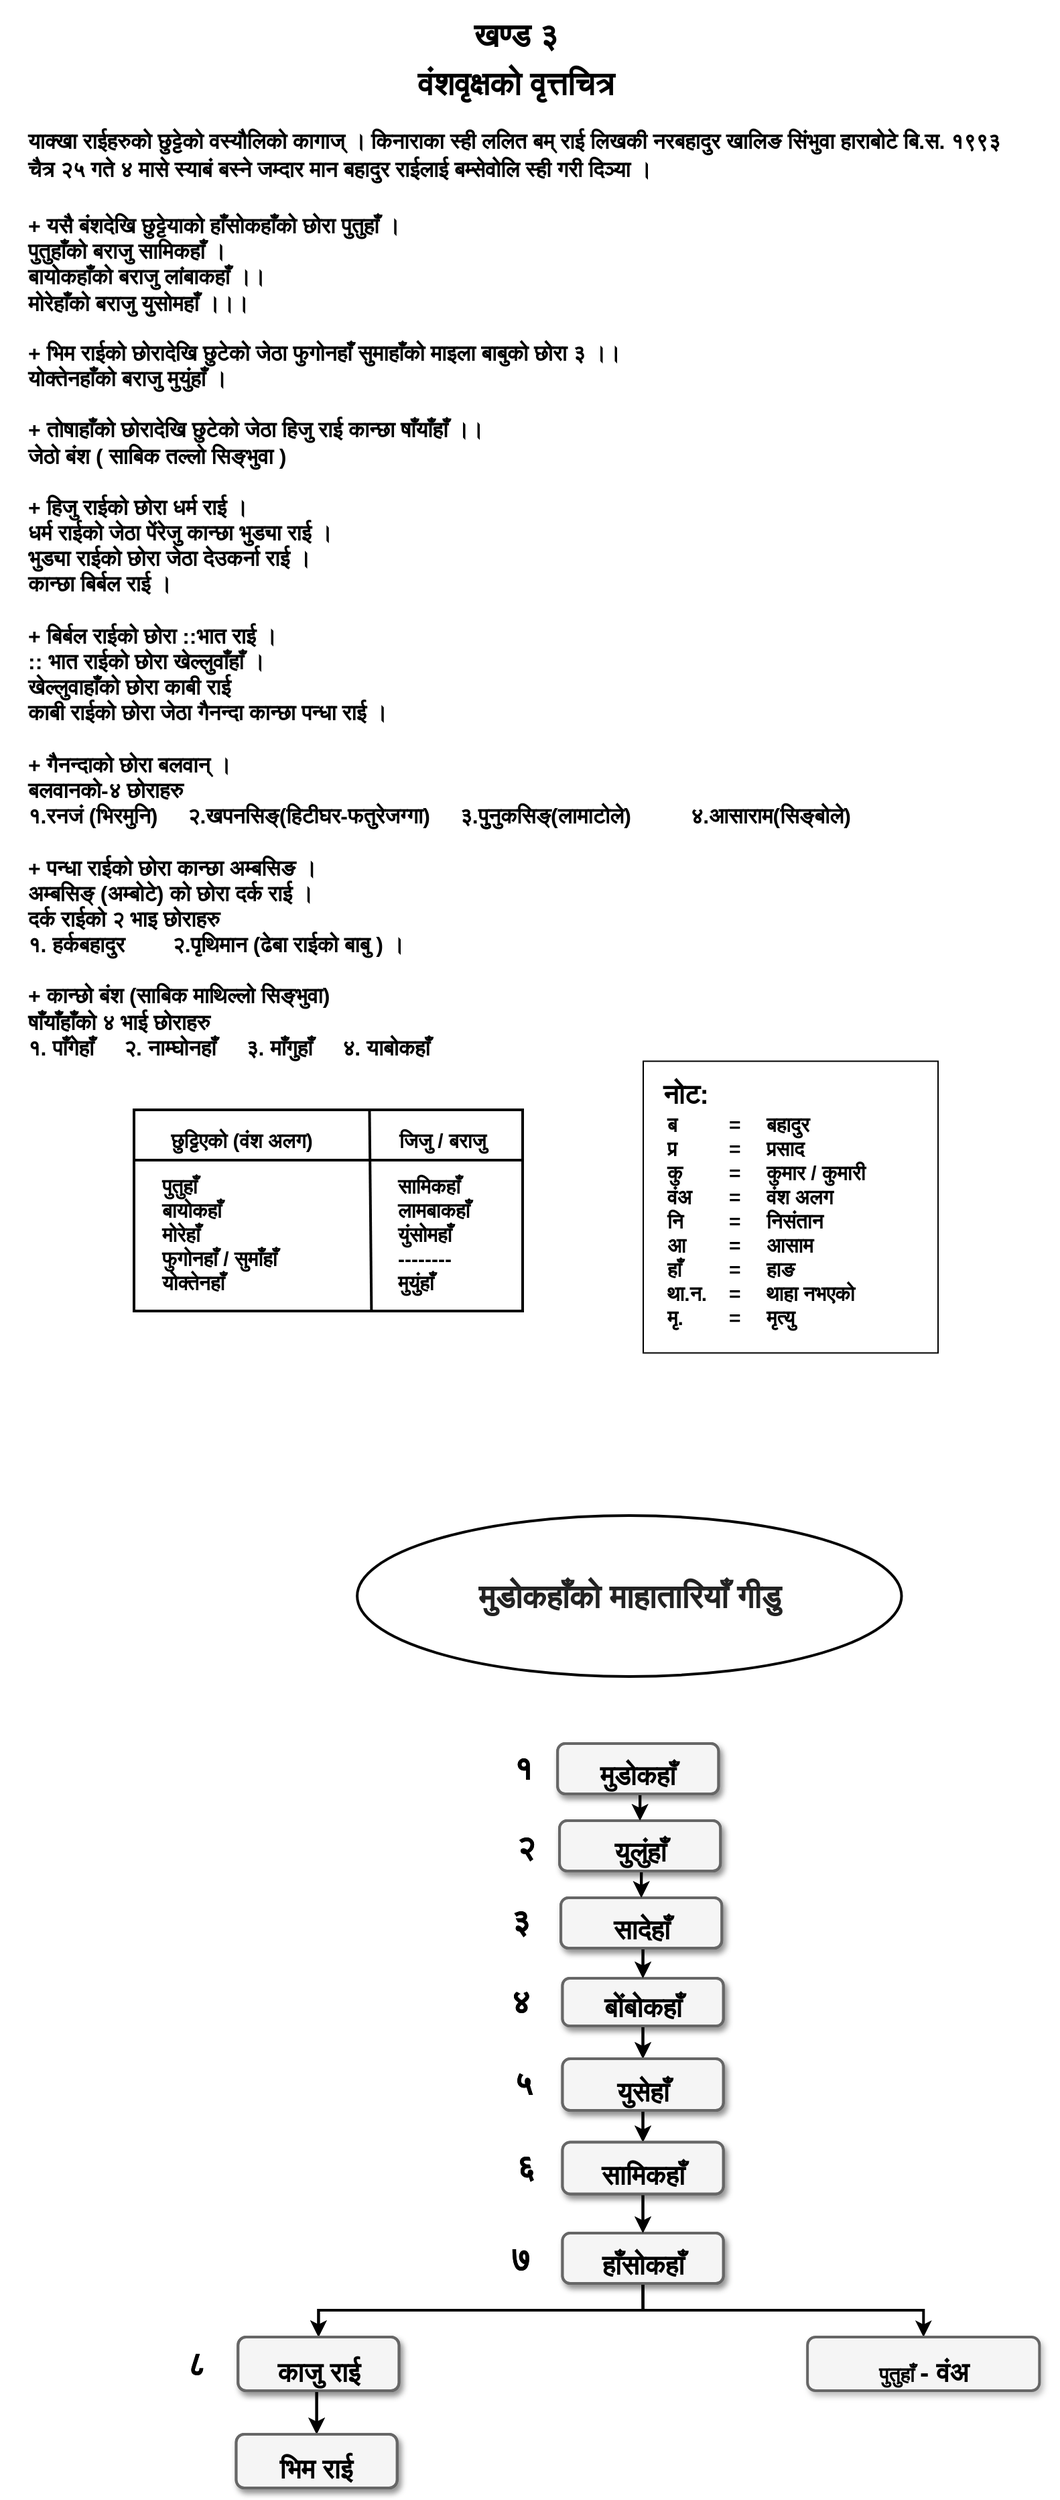
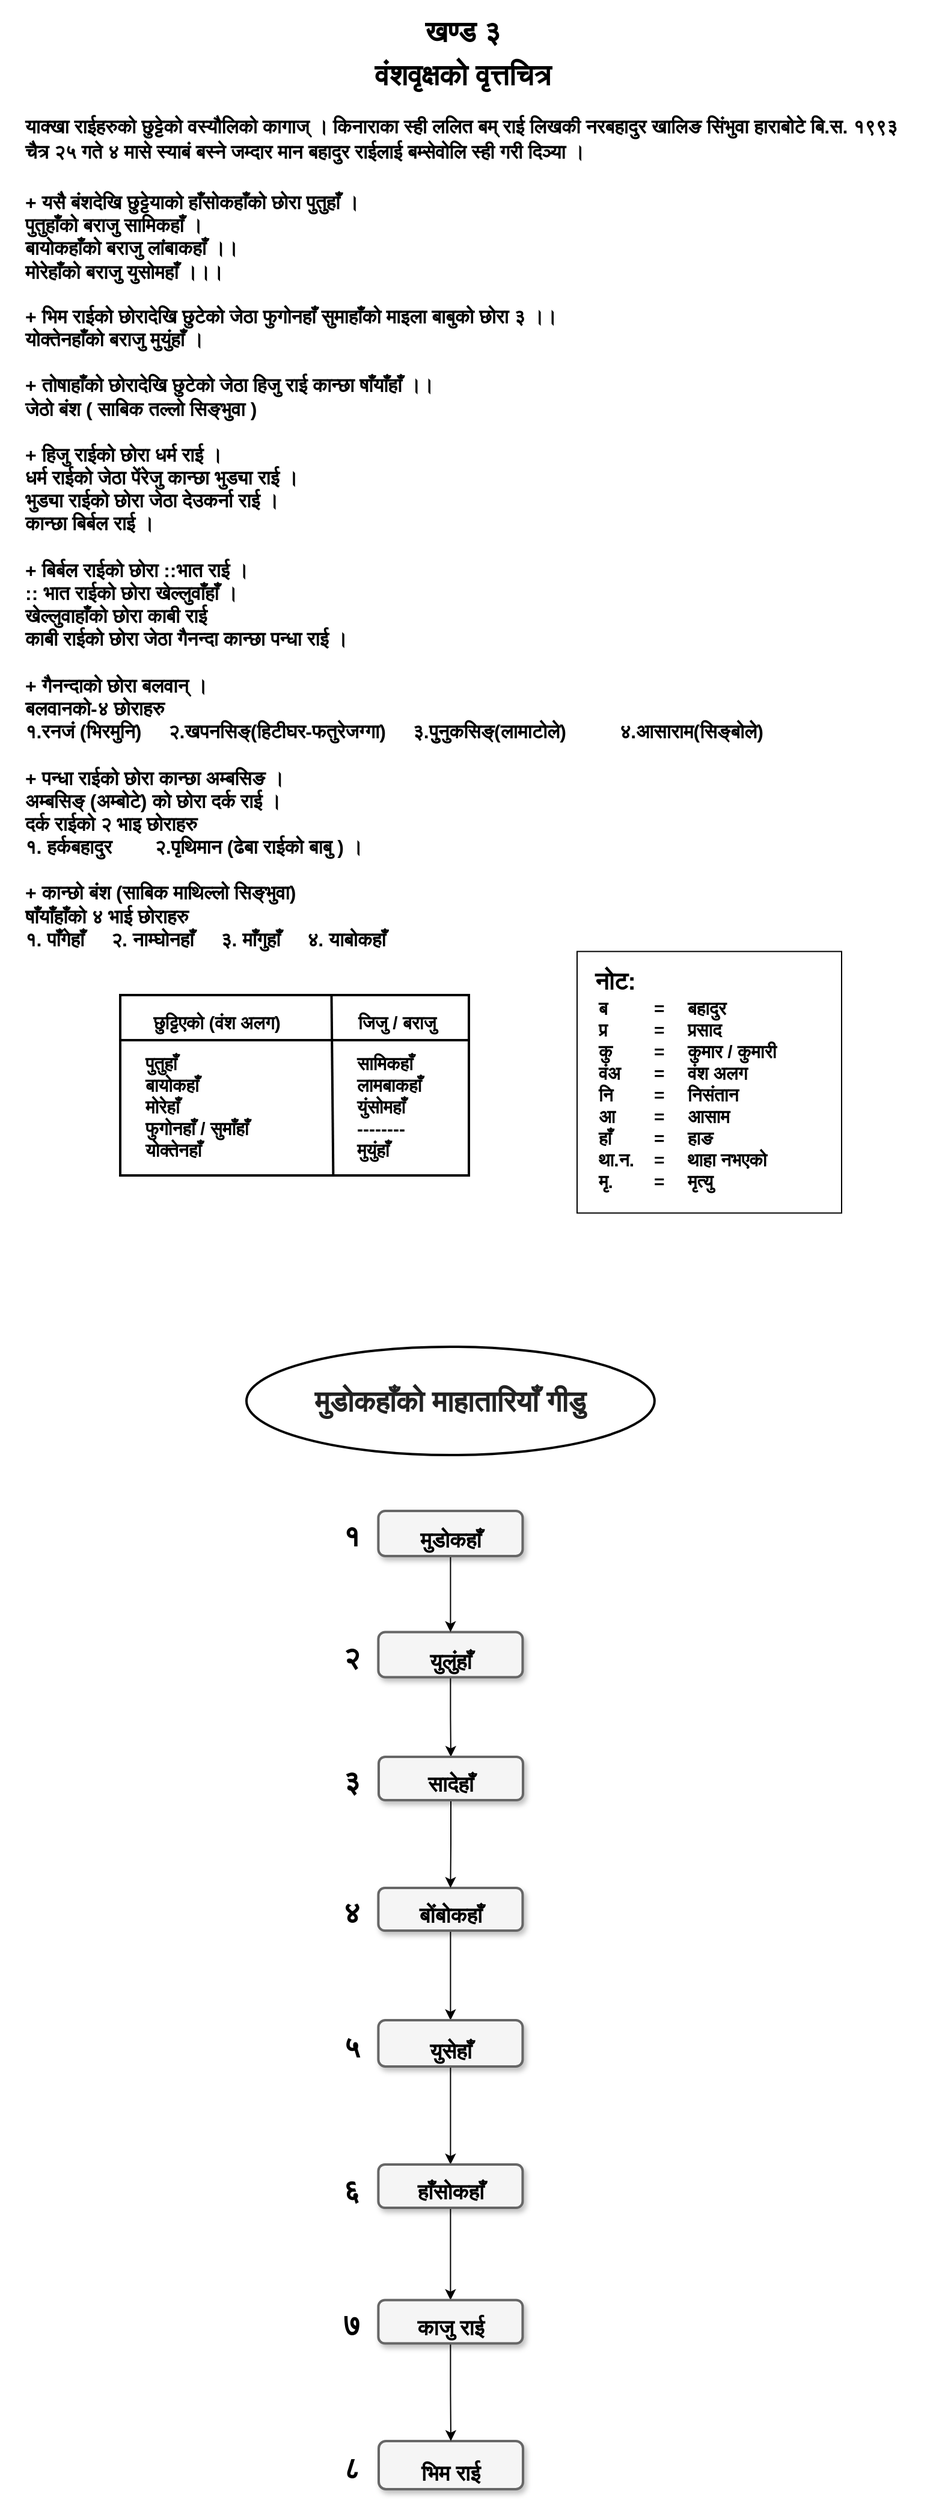
<mxfile host="app.diagrams.net">
  <diagram name="Page-1" id="8f1rnoJ54imUJZ3Wqrcn">
-     <mxGraphModel dx="1576" dy="1032" grid="1" gridSize="10" guides="1" tooltips="1" connect="1" arrows="1" fold="1" page="1" pageScale="1" pageWidth="850" pageHeight="1100" math="0" shadow="0">
+     <mxGraphModel dx="1751" dy="1147" grid="1" gridSize="10" guides="1" tooltips="1" connect="1" arrows="1" fold="1" page="1" pageScale="1" pageWidth="850" pageHeight="1100" math="0" shadow="0">
      <root>
        <mxCell id="0" />
        <mxCell id="1" parent="0" />
        <mxCell id="NBtEsrI96ws6vpRakEqm-1" parent="1" style="rounded=0;whiteSpace=wrap;html=1;" value="" vertex="1">
          <mxGeometry height="217.5" width="220" x="530" y="821.25" as="geometry" />
        </mxCell>
        <mxCell id="NBtEsrI96ws6vpRakEqm-2" parent="1" style="text;whiteSpace=wrap;html=1;align=left;fontSize=15;verticalAlign=bottom;fontStyle=1;strokeWidth=2;" value="&lt;font style=&quot;line-height: 1.3;&quot;&gt;&lt;br&gt;&lt;font style=&quot;font-size: 16px;&quot;&gt;याक्खा राईहरुको छुट्टेको वस्यौलिको कागाज् । किनाराका स्ही ललित बम् राई लिखकी नरबहादुर खालिङ सिंभुवा हाराबोटे बि.स. १९९३ चैत्र २५ गते ४ मासे स्याबं बस्ने जम्दार मान बहादुर राईलाई बम्सेवोलि स्ही गरी दिञ्या ।&lt;/font&gt;&lt;/font&gt;" vertex="1">
          <mxGeometry height="70" width="740" x="69.39" y="100" as="geometry" />
        </mxCell>
        <mxCell id="NBtEsrI96ws6vpRakEqm-3" parent="1" style="text;whiteSpace=wrap;html=1;align=left;fontSize=15;verticalAlign=bottom;fontStyle=1;strokeWidth=2;" value="&lt;div&gt;&lt;font style=&quot;font-size: 16px;&quot;&gt;+ यसै बंशदेखि छुट्टेयाको हाँसोकहाँको छोरा पुतुहाँ ।&lt;/font&gt;&lt;/div&gt;&lt;div&gt;&lt;font style=&quot;font-size: 16px;&quot;&gt;पुतुहाँको बराजु सामिकहाँ ।&lt;/font&gt;&lt;/div&gt;&lt;div&gt;&lt;font style=&quot;font-size: 16px;&quot;&gt;बायोकहाँको बराजु लांबाकहाँ ।।&lt;/font&gt;&lt;/div&gt;&lt;div&gt;&lt;font style=&quot;font-size: 16px;&quot;&gt;मोरेहाँको बराजु युसोमहाँ ।।।&lt;/font&gt;&lt;/div&gt;&lt;div&gt;&lt;br&gt;&lt;/div&gt;&lt;div&gt;&lt;font style=&quot;font-size: 16px;&quot;&gt;+ भिम राईको छोरादेखि छुटेको जेठा फुगोनहाँ सुमाहाँको माइला बाबुको छोरा ३ ।।&lt;/font&gt;&lt;/div&gt;&lt;div&gt;&lt;font style=&quot;font-size: 16px;&quot;&gt;योक्तेनहाँको बराजु मुयुंहाँ ।&lt;/font&gt;&lt;/div&gt;&lt;div&gt;&lt;font style=&quot;font-size: 16px;&quot;&gt;&lt;br&gt;&lt;/font&gt;&lt;/div&gt;&lt;div&gt;&lt;font style=&quot;font-size: 16px;&quot;&gt;+ तोषाहाँको छोरादेखि छुटेको जेठा हिजु राई कान्छा षाँयाँहाँ ।।&lt;/font&gt;&lt;/div&gt;&lt;div&gt;&lt;font style=&quot;font-size: 16px;&quot;&gt;जेठो बंश ( साबिक तल्लो सिङ्भुवा )&lt;/font&gt;&lt;/div&gt;&lt;div&gt;&lt;font style=&quot;font-size: 16px;&quot;&gt;&lt;br&gt;&lt;/font&gt;&lt;/div&gt;&lt;div&gt;&lt;font style=&quot;font-size: 16px;&quot;&gt;+ हिजु राईको छोरा धर्म राई ।&lt;/font&gt;&lt;/div&gt;&lt;div&gt;&lt;font style=&quot;font-size: 16px;&quot;&gt;धर्म राईको जेठा पेंरेजु कान्छा भुड्या राई ।&lt;/font&gt;&lt;/div&gt;&lt;div&gt;&lt;font style=&quot;font-size: 16px;&quot;&gt;भुड्या राईको छोरा जेठा देउकर्ना राई ।&lt;/font&gt;&lt;/div&gt;&lt;div&gt;&lt;font style=&quot;font-size: 16px;&quot;&gt;कान्छा बिर्बल राई ।&lt;/font&gt;&lt;/div&gt;&lt;div&gt;&lt;font style=&quot;font-size: 16px;&quot;&gt;&lt;br&gt;&lt;/font&gt;&lt;/div&gt;&lt;div&gt;&lt;font style=&quot;font-size: 16px;&quot;&gt;+ बिर्बल राईको छोरा ::भात राई ।&lt;/font&gt;&lt;/div&gt;&lt;div&gt;&lt;font style=&quot;font-size: 16px;&quot;&gt;:: भात राईको छोरा खेल्लुवाँहाँ ।&lt;/font&gt;&lt;/div&gt;&lt;div&gt;&lt;font style=&quot;font-size: 16px;&quot;&gt;खेल्लुवाहाँको छोरा काबी राई&amp;nbsp;&lt;/font&gt;&lt;/div&gt;&lt;div&gt;&lt;font style=&quot;font-size: 16px;&quot;&gt;काबी राईको छोरा जेठा गैनन्दा कान्छा पन्धा राई ।&lt;/font&gt;&lt;/div&gt;&lt;div&gt;&lt;font style=&quot;font-size: 16px;&quot;&gt;&lt;br&gt;&lt;/font&gt;&lt;/div&gt;&lt;div&gt;&lt;font style=&quot;font-size: 16px;&quot;&gt;+ गैनन्दाको छोरा बलवान् ।&lt;/font&gt;&lt;/div&gt;&lt;div&gt;&lt;font style=&quot;font-size: 16px;&quot;&gt;बलवानको-४ छोराहरु&lt;/font&gt;&lt;/div&gt;&lt;div&gt;&lt;font style=&quot;font-size: 16px;&quot;&gt;१.रनजं (भिरमुनि)&amp;nbsp; &amp;nbsp; &amp;nbsp;२.खपनसिङ्(हिटीघर-फतुरेजग्गा)&amp;nbsp; &amp;nbsp; &amp;nbsp;३.&lt;/font&gt;&lt;span style=&quot;font-size: 16px; background-color: transparent; color: light-dark(rgb(0, 0, 0), rgb(255, 255, 255));&quot;&gt;पुुनुकसिङ्(लामाटोले)&lt;/span&gt;&lt;span style=&quot;font-size: 16px;&quot;&gt;&amp;nbsp; &amp;nbsp; &amp;nbsp; &amp;nbsp; &amp;nbsp;&amp;nbsp;&lt;/span&gt;&lt;span style=&quot;font-size: 16px; background-color: transparent; color: light-dark(rgb(0, 0, 0), rgb(255, 255, 255));&quot;&gt;४.आसाराम(सिङ्बोले)&lt;/span&gt;&lt;/div&gt;&lt;div&gt;&lt;font style=&quot;font-size: 16px;&quot;&gt;&lt;br&gt;&lt;/font&gt;&lt;/div&gt;&lt;div&gt;&lt;font style=&quot;font-size: 16px;&quot;&gt;+ पन्धा राईको छोरा कान्छा अम्बसिङ ।&lt;/font&gt;&lt;/div&gt;&lt;div&gt;&lt;font style=&quot;font-size: 16px;&quot;&gt;अम्बसिङ् (अम्बोटे) को छोरा दर्क राई ।&lt;/font&gt;&lt;/div&gt;&lt;div&gt;&lt;font style=&quot;font-size: 16px;&quot;&gt;दर्क राईको २ भाइ छोराहरु&lt;/font&gt;&lt;/div&gt;&lt;div&gt;&lt;font style=&quot;font-size: 16px;&quot;&gt;१. हर्कबहादुर&amp;nbsp; &amp;nbsp; &amp;nbsp; &amp;nbsp; २.पृथिमान (ढेबा राईको बाबु ) ।&lt;/font&gt;&lt;/div&gt;&lt;div&gt;&lt;font style=&quot;font-size: 16px;&quot;&gt;&lt;br&gt;&lt;/font&gt;&lt;/div&gt;&lt;div&gt;&lt;font style=&quot;font-size: 16px;&quot;&gt;+ कान्छो बंश (साबिक माथिल्लो सिङ्भुवा)&lt;/font&gt;&lt;/div&gt;&lt;div&gt;&lt;font style=&quot;font-size: 16px;&quot;&gt;षाँयाँहाँको ४ भाई छोराहरु&amp;nbsp;&lt;/font&gt;&lt;/div&gt;&lt;div&gt;&lt;font style=&quot;font-size: 16px;&quot;&gt;१. पाँगेहाँ&amp;nbsp; &amp;nbsp; &amp;nbsp;२. नाम्घोनहाँ&amp;nbsp; &amp;nbsp; &amp;nbsp;३. माँगुहाँ&amp;nbsp; &amp;nbsp; &amp;nbsp;४. याबोकहाँ&amp;nbsp;&lt;/font&gt;&lt;/div&gt;" vertex="1">
          <mxGeometry height="692.5" width="770.61" x="69.39" y="130" as="geometry" />
        </mxCell>
        <mxCell id="NBtEsrI96ws6vpRakEqm-4" parent="1" style="text;whiteSpace=wrap;html=1;fontSize=30;align=center;strokeWidth=2;" value="&lt;b&gt;&lt;font style=&quot;font-size: 24px;&quot;&gt;खण्ड ३&lt;/font&gt;&lt;/b&gt;&lt;div&gt;&lt;b&gt;&lt;font style=&quot;font-size: 24px;&quot;&gt;वंशवृक्षको वृत्तचित्र&lt;/font&gt;&lt;/b&gt;&lt;/div&gt;" vertex="1">
          <mxGeometry height="50" width="770" x="50" y="30" as="geometry" />
        </mxCell>
        <mxCell id="NBtEsrI96ws6vpRakEqm-5" parent="1" style="rounded=0;whiteSpace=wrap;html=1;fontSize=15;align=left;fontStyle=1;strokeWidth=2;" value="" vertex="1">
          <mxGeometry height="150" width="290" x="150" y="857.5" as="geometry" />
        </mxCell>
        <mxCell id="NBtEsrI96ws6vpRakEqm-6" parent="1" style="text;html=1;align=center;verticalAlign=middle;resizable=0;points=[];autosize=1;strokeColor=none;fillColor=none;fontSize=15;fontStyle=1;strokeWidth=2;" value="&lt;span style=&quot;font-size: 15px;&quot;&gt;छुट्टिएको (&lt;/span&gt;&lt;span style=&quot;font-size: 15px;&quot;&gt;&lt;span style=&quot;font-size: 15px;&quot;&gt;वंश अलग&lt;/span&gt;&lt;/span&gt;&lt;span style=&quot;font-size: 15px;&quot;&gt;)&lt;/span&gt;" vertex="1">
          <mxGeometry height="20" width="140" x="160" y="870" as="geometry" />
        </mxCell>
        <mxCell id="NBtEsrI96ws6vpRakEqm-7" parent="1" style="text;html=1;align=center;verticalAlign=middle;resizable=0;points=[];autosize=1;strokeColor=none;fillColor=none;fontSize=15;fontStyle=1;strokeWidth=2;" value="&lt;span style=&quot;font-size: 15px;&quot;&gt;जिजु / बराजु&amp;nbsp;&lt;/span&gt;" vertex="1">
          <mxGeometry height="20" width="100" x="332.07000000000016" y="870" as="geometry" />
        </mxCell>
        <mxCell id="NBtEsrI96ws6vpRakEqm-8" parent="1" style="text;html=1;align=left;verticalAlign=middle;resizable=0;points=[];autosize=1;strokeColor=none;fillColor=none;fontSize=15;fontStyle=1;strokeWidth=2;" value="&lt;span style=&quot;font-family: calibri, sans-serif; font-size: 15px; text-align: center;&quot;&gt;पुत्लुङहाँ&lt;br style=&quot;font-size: 15px;&quot;&gt;&lt;/span&gt;बायोकहॅा&lt;br style=&quot;font-size: 15px;&quot;&gt;मोरेहाँ&amp;nbsp;&lt;br style=&quot;font-size: 15px;&quot;&gt;फुगोनहाँ/सुमाँहाँ&lt;br style=&quot;font-size: 15px;&quot;&gt;योक्तेनहाँ" vertex="1">
          <mxGeometry height="100" width="110" x="169.38999999999987" y="900.25" as="geometry" />
        </mxCell>
        <mxCell id="NBtEsrI96ws6vpRakEqm-9" parent="1" style="text;html=1;strokeColor=none;fillColor=none;align=left;verticalAlign=middle;whiteSpace=wrap;rounded=0;fontSize=15;fontStyle=1;strokeWidth=2;" value="सामिकहाँ&lt;br style=&quot;font-size: 15px;&quot;&gt;लामबाकहॅा&lt;br style=&quot;font-size: 15px;&quot;&gt;युंसोमहाँ&lt;br style=&quot;font-size: 15px;&quot;&gt;&lt;span style=&quot;font-size: 15px;&quot;&gt;--------&lt;br style=&quot;font-size: 15px;&quot;&gt;&lt;/span&gt;मुयुंहाँ" vertex="1">
          <mxGeometry height="47.5" width="120.01" x="344.9899999999998" y="926.5" as="geometry" />
        </mxCell>
        <mxCell id="NBtEsrI96ws6vpRakEqm-10" edge="1" parent="1" source="NBtEsrI96ws6vpRakEqm-5" style="endArrow=none;html=1;rounded=0;fontSize=15;entryX=0.606;entryY=0.001;entryDx=0;entryDy=0;entryPerimeter=0;exitX=0.611;exitY=0.999;exitDx=0;exitDy=0;exitPerimeter=0;fontStyle=1;strokeWidth=2;" target="NBtEsrI96ws6vpRakEqm-5" value="">
          <mxGeometry height="50" relative="1" width="50" as="geometry">
            <mxPoint x="365.3600000000001" y="1100" as="sourcePoint" />
            <mxPoint x="172.36000000000013" y="940" as="targetPoint" />
          </mxGeometry>
        </mxCell>
        <mxCell id="NBtEsrI96ws6vpRakEqm-11" parent="1" style="text;html=1;align=left;verticalAlign=middle;resizable=0;points=[];autosize=1;strokeColor=none;fillColor=none;fontSize=15;fontStyle=1;strokeWidth=2;" value="&lt;div&gt;&lt;span style=&quot;background-color: transparent; color: light-dark(rgb(0, 0, 0), rgb(255, 255, 255));&quot;&gt;ब&amp;nbsp; &amp;nbsp; &amp;nbsp; &amp;nbsp;&lt;/span&gt;&lt;/div&gt;&lt;div style=&quot;&quot;&gt;&lt;div style=&quot;font-size: 15px;&quot;&gt;प्र&amp;nbsp; &amp;nbsp; &amp;nbsp; &amp;nbsp;&lt;/div&gt;&lt;div style=&quot;font-size: 15px;&quot;&gt;कु&amp;nbsp; &amp;nbsp; &amp;nbsp;&amp;nbsp;&lt;/div&gt;&lt;div style=&quot;font-size: 15px;&quot;&gt;वंअ&amp;nbsp; &amp;nbsp;&amp;nbsp;&lt;/div&gt;&lt;div style=&quot;font-size: 15px;&quot;&gt;नि&amp;nbsp; &amp;nbsp; &amp;nbsp;&lt;/div&gt;&lt;div style=&quot;font-size: 15px;&quot;&gt;आ&amp;nbsp;&amp;nbsp;&lt;/div&gt;&lt;div style=&quot;font-size: 15px;&quot;&gt;हाँ&amp;nbsp; &amp;nbsp;&lt;/div&gt;&lt;div style=&quot;font-size: 15px;&quot;&gt;था.न.&lt;/div&gt;&lt;div style=&quot;&quot;&gt;मृ&lt;span style=&quot;background-color: transparent; color: light-dark(rgb(0, 0, 0), rgb(255, 255, 255));&quot;&gt;.&lt;/span&gt;&lt;/div&gt;&lt;/div&gt;&lt;div style=&quot;font-size: 15px;&quot;&gt;&lt;br&gt;&lt;/div&gt;" vertex="1">
          <mxGeometry height="190" width="60" x="545.7899999999995" y="853.75" as="geometry" />
        </mxCell>
        <mxCell id="NBtEsrI96ws6vpRakEqm-12" edge="1" parent="1" source="NBtEsrI96ws6vpRakEqm-5" style="endArrow=none;html=1;rounded=0;fontSize=15;exitX=1;exitY=0.25;exitDx=0;exitDy=0;entryX=0;entryY=0.25;entryDx=0;entryDy=0;strokeWidth=2;" target="NBtEsrI96ws6vpRakEqm-5" value="">
          <mxGeometry height="50" relative="1" width="50" as="geometry">
            <mxPoint x="10" y="1037.5" as="sourcePoint" />
            <mxPoint x="60" y="987.5" as="targetPoint" />
          </mxGeometry>
        </mxCell>
        <mxCell id="NBtEsrI96ws6vpRakEqm-13" parent="1" style="rounded=0;whiteSpace=wrap;html=1;fontSize=15;align=left;fontStyle=1;strokeWidth=2;" value="" vertex="1">
          <mxGeometry height="150" width="290" x="150" y="857.5" as="geometry" />
        </mxCell>
        <mxCell id="NBtEsrI96ws6vpRakEqm-14" parent="1" style="text;html=1;align=center;verticalAlign=middle;resizable=0;points=[];autosize=1;strokeColor=none;fillColor=none;fontSize=15;fontStyle=1;strokeWidth=2;" value="&lt;span style=&quot;font-size: 15px;&quot;&gt;छुट्टिएको (&lt;/span&gt;&lt;span style=&quot;font-size: 15px;&quot;&gt;&lt;span style=&quot;font-size: 15px;&quot;&gt;वंश अलग&lt;/span&gt;&lt;/span&gt;&lt;span style=&quot;font-size: 15px;&quot;&gt;)&lt;/span&gt;" vertex="1">
          <mxGeometry height="20" width="140" x="160" y="870" as="geometry" />
        </mxCell>
        <mxCell id="NBtEsrI96ws6vpRakEqm-15" parent="1" style="text;html=1;align=center;verticalAlign=middle;resizable=0;points=[];autosize=1;strokeColor=none;fillColor=none;fontSize=15;fontStyle=1;strokeWidth=2;" value="&lt;span style=&quot;font-size: 15px;&quot;&gt;जिजु / बराजु&amp;nbsp;&lt;/span&gt;" vertex="1">
          <mxGeometry height="20" width="100" x="332.07000000000016" y="870" as="geometry" />
        </mxCell>
        <mxCell id="NBtEsrI96ws6vpRakEqm-16" parent="1" style="text;html=1;align=left;verticalAlign=middle;resizable=0;points=[];autosize=1;strokeColor=none;fillColor=none;fontSize=15;fontStyle=1;strokeWidth=2;" value="&lt;span style=&quot;white-space: normal;&quot;&gt;पुतुहाँ&amp;nbsp;&lt;/span&gt;&lt;span style=&quot;font-family: calibri, sans-serif; font-size: 15px; text-align: center;&quot;&gt;&lt;br style=&quot;font-size: 15px;&quot;&gt;&lt;/span&gt;बायोकहाँ&lt;br style=&quot;font-size: 15px;&quot;&gt;मोरेहाँ&amp;nbsp;&lt;br style=&quot;font-size: 15px;&quot;&gt;फुगोनहाँ /&amp;nbsp;सुमाँहाँ&lt;br style=&quot;font-size: 15px;&quot;&gt;योक्तेनहाँ" vertex="1">
          <mxGeometry height="100" width="120" x="169.38999999999987" y="900.25" as="geometry" />
        </mxCell>
        <mxCell id="NBtEsrI96ws6vpRakEqm-17" parent="1" style="text;html=1;strokeColor=none;fillColor=none;align=left;verticalAlign=middle;whiteSpace=wrap;rounded=0;fontSize=15;fontStyle=1;strokeWidth=2;" value="सामिकहाँ&lt;br style=&quot;font-size: 15px;&quot;&gt;लामबाकहाँ&lt;br style=&quot;font-size: 15px;&quot;&gt;युंसोमहाँ&lt;br style=&quot;font-size: 15px;&quot;&gt;&lt;span style=&quot;font-size: 15px;&quot;&gt;--------&lt;br style=&quot;font-size: 15px;&quot;&gt;&lt;/span&gt;मुयुंहाँ" vertex="1">
          <mxGeometry height="47.5" width="120.01" x="344.9899999999998" y="926.5" as="geometry" />
        </mxCell>
        <mxCell id="NBtEsrI96ws6vpRakEqm-18" edge="1" parent="1" source="NBtEsrI96ws6vpRakEqm-13" style="endArrow=none;html=1;rounded=0;fontSize=15;entryX=0.606;entryY=0.001;entryDx=0;entryDy=0;entryPerimeter=0;exitX=0.611;exitY=0.999;exitDx=0;exitDy=0;exitPerimeter=0;fontStyle=1;strokeWidth=2;" target="NBtEsrI96ws6vpRakEqm-13" value="">
          <mxGeometry height="50" relative="1" width="50" as="geometry">
            <mxPoint x="365.3600000000001" y="1100" as="sourcePoint" />
            <mxPoint x="172.36000000000013" y="940" as="targetPoint" />
          </mxGeometry>
        </mxCell>
        <mxCell id="NBtEsrI96ws6vpRakEqm-19" edge="1" parent="1" source="NBtEsrI96ws6vpRakEqm-13" style="endArrow=none;html=1;rounded=0;fontSize=15;exitX=1;exitY=0.25;exitDx=0;exitDy=0;entryX=0;entryY=0.25;entryDx=0;entryDy=0;strokeWidth=2;" target="NBtEsrI96ws6vpRakEqm-13" value="">
          <mxGeometry height="50" relative="1" width="50" as="geometry">
            <mxPoint x="10" y="1037.5" as="sourcePoint" />
            <mxPoint x="60" y="987.5" as="targetPoint" />
          </mxGeometry>
        </mxCell>
        <mxCell id="NBtEsrI96ws6vpRakEqm-20" parent="1" style="text;html=1;align=left;verticalAlign=middle;resizable=0;points=[];autosize=1;strokeColor=none;fillColor=none;fontSize=15;fontStyle=1;strokeWidth=2;" value="&lt;div&gt;&lt;span style=&quot;background-color: transparent; color: light-dark(rgb(0, 0, 0), rgb(255, 255, 255));&quot;&gt;बहादुर&lt;/span&gt;&lt;/div&gt;&lt;div style=&quot;&quot;&gt;&lt;div style=&quot;font-size: 15px;&quot;&gt;प्रसाद&lt;/div&gt;&lt;div style=&quot;font-size: 15px;&quot;&gt;कुमार / कुमारी&lt;/div&gt;&lt;div style=&quot;font-size: 15px;&quot;&gt;वंश अलग&lt;/div&gt;&lt;div style=&quot;font-size: 15px;&quot;&gt;निसंतान&lt;/div&gt;&lt;div style=&quot;font-size: 15px;&quot;&gt;आसाम&lt;/div&gt;&lt;div style=&quot;font-size: 15px;&quot;&gt;हाङ&lt;/div&gt;&lt;div style=&quot;font-size: 15px;&quot;&gt;थाहा नभएको&lt;/div&gt;&lt;div style=&quot;&quot;&gt;मृत्यु&lt;/div&gt;&lt;/div&gt;&lt;div style=&quot;font-size: 15px;&quot;&gt;&lt;br&gt;&lt;/div&gt;" vertex="1">
          <mxGeometry height="190" width="110" x="620" y="853.75" as="geometry" />
        </mxCell>
        <mxCell id="NBtEsrI96ws6vpRakEqm-21" parent="1" style="text;html=1;align=left;verticalAlign=middle;resizable=0;points=[];autosize=1;strokeColor=none;fillColor=none;fontSize=15;fontStyle=1;strokeWidth=2;" value="&lt;div style=&quot;line-height: 0%;&quot;&gt;&lt;font style=&quot;font-size: 20px;&quot;&gt;नोट:&lt;/font&gt;&lt;/div&gt;&lt;div style=&quot;font-size: 15px;&quot;&gt;&lt;span style=&quot;font-size: 15px;&quot;&gt;&lt;br&gt;&lt;/span&gt;&lt;/div&gt;&lt;div style=&quot;font-size: 15px;&quot;&gt;&lt;div&gt;&lt;br&gt;&lt;/div&gt;&lt;/div&gt;" vertex="1">
          <mxGeometry height="50" width="60" x="543.3799999999997" y="838.75" as="geometry" />
        </mxCell>
        <mxCell id="NBtEsrI96ws6vpRakEqm-22" parent="1" style="text;html=1;align=left;verticalAlign=middle;resizable=0;points=[];autosize=1;strokeColor=none;fillColor=none;fontSize=15;fontStyle=1;strokeWidth=2;" value="&lt;div&gt;=&lt;/div&gt;&lt;div&gt;=&lt;/div&gt;&lt;div&gt;=&lt;/div&gt;&lt;div&gt;=&lt;/div&gt;&lt;div&gt;=&lt;/div&gt;&lt;div&gt;=&lt;/div&gt;&lt;div&gt;=&lt;/div&gt;&lt;div&gt;=&lt;/div&gt;&lt;div&gt;=&lt;/div&gt;&lt;div&gt;&lt;br&gt;&lt;/div&gt;" vertex="1">
          <mxGeometry height="190" width="30" x="592.4099999999999" y="853.75" as="geometry" />
        </mxCell>
-         <mxCell id="fXanKe78MrKRruurNkE3-109" edge="1" parent="1" source="fXanKe78MrKRruurNkE3-110" style="edgeStyle=orthogonalEdgeStyle;rounded=0;orthogonalLoop=1;jettySize=auto;html=1;exitX=0.5;exitY=1;exitDx=0;exitDy=0;entryX=0.5;entryY=0;entryDx=0;entryDy=0;fontStyle=1;strokeWidth=2;" target="fXanKe78MrKRruurNkE3-116">
+         <mxCell id="HC7JwPmeRxHDK6S5ApcA-7" edge="1" parent="1" source="fXanKe78MrKRruurNkE3-110" style="edgeStyle=orthogonalEdgeStyle;rounded=0;orthogonalLoop=1;jettySize=auto;html=1;" target="fXanKe78MrKRruurNkE3-116" value="">
          <mxGeometry relative="1" as="geometry" />
        </mxCell>
-         <mxCell id="fXanKe78MrKRruurNkE3-110" parent="1" style="whiteSpace=wrap;html=1;rounded=1;shadow=1;strokeWidth=2;fontSize=20;align=center;fillColor=#f5f5f5;strokeColor=#666666;verticalAlign=bottom;fontStyle=1" value="&lt;p class=&quot;MsoNormal&quot; style=&quot;margin-bottom: 0.0001pt; line-height: normal; font-size: 20px;&quot;&gt;&lt;span style=&quot;font-size: 20px; line-height: 107%; font-family: calibri, sans-serif;&quot;&gt;बोंबोकहाँ&lt;/span&gt;&lt;br style=&quot;font-size: 20px;&quot;&gt;&lt;/p&gt;" vertex="1">
-           <mxGeometry height="35.5" width="120" x="469.7600000000002" y="1505" as="geometry" />
+         <mxCell id="fXanKe78MrKRruurNkE3-110" parent="1" style="whiteSpace=wrap;html=1;rounded=1;shadow=1;strokeWidth=2;fontSize=18;align=center;fillColor=#f5f5f5;strokeColor=#666666;verticalAlign=bottom;fontStyle=1" value="&lt;p class=&quot;MsoNormal&quot; style=&quot;margin-bottom: 0.0001pt; line-height: normal;&quot;&gt;&lt;span style=&quot;line-height: 107%; font-family: calibri, sans-serif;&quot;&gt;बोंबोकहाँ&lt;/span&gt;&lt;br&gt;&lt;/p&gt;" vertex="1">
+           <mxGeometry height="35.5" width="120" x="364.71000000000026" y="1600" as="geometry" />
        </mxCell>
-         <mxCell id="fXanKe78MrKRruurNkE3-111" edge="1" parent="1" source="fXanKe78MrKRruurNkE3-112" style="edgeStyle=orthogonalEdgeStyle;rounded=0;orthogonalLoop=1;jettySize=auto;html=1;exitX=0.5;exitY=1;exitDx=0;exitDy=0;entryX=0.5;entryY=0;entryDx=0;entryDy=0;fontStyle=1;strokeWidth=2;" target="fXanKe78MrKRruurNkE3-110">
+         <mxCell id="HC7JwPmeRxHDK6S5ApcA-5" edge="1" parent="1" source="fXanKe78MrKRruurNkE3-114" style="edgeStyle=orthogonalEdgeStyle;rounded=0;orthogonalLoop=1;jettySize=auto;html=1;" target="fXanKe78MrKRruurNkE3-141" value="">
          <mxGeometry relative="1" as="geometry" />
        </mxCell>
-         <mxCell id="fXanKe78MrKRruurNkE3-112" parent="1" style="whiteSpace=wrap;html=1;rounded=1;shadow=1;strokeWidth=2;fontSize=20;align=center;fillColor=#f5f5f5;strokeColor=#666666;verticalAlign=bottom;fontStyle=1" value="&lt;p class=&quot;MsoNormal&quot; style=&quot;margin-bottom: 0.0001pt; line-height: normal; font-size: 20px;&quot;&gt;&lt;span style=&quot;font-size: 20px;&quot;&gt;सादेहाँ&lt;/span&gt;&lt;br style=&quot;font-size: 20px;&quot;&gt;&lt;/p&gt;" vertex="1">
-           <mxGeometry height="37.5" width="120" x="468.57000000000016" y="1445" as="geometry" />
+         <mxCell id="fXanKe78MrKRruurNkE3-114" parent="1" style="whiteSpace=wrap;html=1;rounded=1;shadow=1;strokeWidth=2;fontSize=18;align=center;fillColor=#f5f5f5;strokeColor=#666666;verticalAlign=bottom;fontStyle=1" value="&lt;p class=&quot;MsoNormal&quot; style=&quot;margin-bottom: 0.0001pt; line-height: normal;&quot;&gt;&lt;span style=&quot;line-height: 107%; font-family: calibri, sans-serif;&quot;&gt;युलुंहाँ&lt;/span&gt;&lt;br&gt;&lt;/p&gt;" vertex="1">
+           <mxGeometry height="37.5" width="120" x="364.71" y="1387.25" as="geometry" />
        </mxCell>
-         <mxCell id="fXanKe78MrKRruurNkE3-113" edge="1" parent="1" source="fXanKe78MrKRruurNkE3-114" style="edgeStyle=orthogonalEdgeStyle;rounded=0;orthogonalLoop=1;jettySize=auto;html=1;exitX=0.5;exitY=1;exitDx=0;exitDy=0;entryX=0.5;entryY=0;entryDx=0;entryDy=0;fontStyle=1;strokeWidth=2;" target="fXanKe78MrKRruurNkE3-112">
+         <mxCell id="HC7JwPmeRxHDK6S5ApcA-8" edge="1" parent="1" source="fXanKe78MrKRruurNkE3-116" style="edgeStyle=orthogonalEdgeStyle;rounded=0;orthogonalLoop=1;jettySize=auto;html=1;" target="fXanKe78MrKRruurNkE3-147" value="">
          <mxGeometry relative="1" as="geometry" />
        </mxCell>
-         <mxCell id="fXanKe78MrKRruurNkE3-114" parent="1" style="whiteSpace=wrap;html=1;rounded=1;shadow=1;strokeWidth=2;fontSize=20;align=center;fillColor=#f5f5f5;strokeColor=#666666;verticalAlign=bottom;fontStyle=1" value="&lt;p class=&quot;MsoNormal&quot; style=&quot;margin-bottom: 0.0001pt; line-height: normal; font-size: 20px;&quot;&gt;&lt;span style=&quot;font-size: 20px; line-height: 107%; font-family: calibri, sans-serif;&quot;&gt;युलुंहाँ&lt;/span&gt;&lt;br style=&quot;font-size: 20px;&quot;&gt;&lt;/p&gt;" vertex="1">
-           <mxGeometry height="37.5" width="120" x="467.55999999999995" y="1387.5" as="geometry" />
+         <mxCell id="fXanKe78MrKRruurNkE3-116" parent="1" style="whiteSpace=wrap;html=1;rounded=1;shadow=1;strokeWidth=2;fontSize=18;align=center;fillColor=#f5f5f5;strokeColor=#666666;verticalAlign=bottom;fontStyle=1" value="&lt;p class=&quot;MsoNormal&quot; style=&quot;margin-bottom: 0.0001pt; line-height: normal;&quot;&gt;&lt;span&gt;युसेहाँ&lt;/span&gt;&lt;br&gt;&lt;/p&gt;" vertex="1">
+           <mxGeometry height="38.5" width="120" x="364.71000000000015" y="1710" as="geometry" />
        </mxCell>
-         <mxCell id="fXanKe78MrKRruurNkE3-115" edge="1" parent="1" source="fXanKe78MrKRruurNkE3-116" style="edgeStyle=orthogonalEdgeStyle;rounded=0;orthogonalLoop=1;jettySize=auto;html=1;exitX=0.5;exitY=1;exitDx=0;exitDy=0;entryX=0.5;entryY=0;entryDx=0;entryDy=0;fontSize=24;strokeWidth=2;" target="fXanKe78MrKRruurNkE3-135">
+         <mxCell id="HC7JwPmeRxHDK6S5ApcA-4" edge="1" parent="1" source="fXanKe78MrKRruurNkE3-121" style="edgeStyle=orthogonalEdgeStyle;rounded=0;orthogonalLoop=1;jettySize=auto;html=1;" target="fXanKe78MrKRruurNkE3-114" value="">
          <mxGeometry relative="1" as="geometry" />
        </mxCell>
-         <mxCell id="fXanKe78MrKRruurNkE3-116" parent="1" style="whiteSpace=wrap;html=1;rounded=1;shadow=1;strokeWidth=2;fontSize=20;align=center;fillColor=#f5f5f5;strokeColor=#666666;verticalAlign=bottom;fontStyle=1" value="&lt;p class=&quot;MsoNormal&quot; style=&quot;margin-bottom: 0.0001pt; line-height: normal; font-size: 20px;&quot;&gt;&lt;span style=&quot;font-size: 20px;&quot;&gt;युसेहाँ&lt;/span&gt;&lt;br style=&quot;font-size: 20px;&quot;&gt;&lt;/p&gt;" vertex="1">
-           <mxGeometry height="38.5" width="120" x="469.76" y="1565" as="geometry" />
+         <mxCell id="fXanKe78MrKRruurNkE3-121" parent="1" style="whiteSpace=wrap;html=1;rounded=1;shadow=1;strokeWidth=2;fontSize=18;align=center;fillColor=#f5f5f5;strokeColor=#666666;verticalAlign=bottom;fontStyle=1" value="&lt;p class=&quot;MsoNormal&quot; style=&quot;margin-bottom: 0.0001pt; line-height: normal;&quot;&gt;&lt;span&gt;मुडोकहाँ&lt;/span&gt;&lt;br&gt;&lt;/p&gt;" vertex="1">
+           <mxGeometry height="37.5" width="120" x="364.71000000000015" y="1286.5" as="geometry" />
        </mxCell>
-         <mxCell id="fXanKe78MrKRruurNkE3-117" edge="1" parent="1" source="fXanKe78MrKRruurNkE3-119" style="edgeStyle=orthogonalEdgeStyle;rounded=0;orthogonalLoop=1;jettySize=auto;html=1;exitX=0.5;exitY=1;exitDx=0;exitDy=0;fontStyle=1;strokeWidth=2;" target="fXanKe78MrKRruurNkE3-123">
+         <mxCell id="fXanKe78MrKRruurNkE3-125" parent="1" style="whiteSpace=wrap;html=1;rounded=1;shadow=1;strokeWidth=2;fontSize=18;align=center;fillColor=#f5f5f5;strokeColor=#666666;verticalAlign=bottom;fontStyle=1" value="&lt;p class=&quot;MsoNormal&quot; style=&quot;margin-bottom: 0.0001pt; line-height: normal;&quot;&gt;&lt;span style=&quot;line-height: 107%; font-family: calibri, sans-serif;&quot;&gt;भिम राई&lt;/span&gt;&lt;br&gt;&lt;/p&gt;" vertex="1">
+           <mxGeometry height="40" width="120" x="365" y="2060" as="geometry" />
+         </mxCell>
+         <mxCell id="fXanKe78MrKRruurNkE3-126" parent="1" style="ellipse;whiteSpace=wrap;html=1;fontSize=15;fontStyle=0;strokeWidth=2;" value="&lt;span style=&quot;&quot; id=&quot;docs-internal-guid-03e46b9b-7fff-9114-8b67-d3af49b749a7&quot;&gt;&lt;p dir=&quot;ltr&quot; style=&quot;line-height: 1.38; background-color: rgb(255, 255, 255); margin-top: 0pt; margin-bottom: 0pt;&quot;&gt;&lt;span style=&quot;font-family: Arial, sans-serif; color: rgb(34, 34, 34); background-color: transparent; font-variant: normal; vertical-align: baseline; white-space: pre-wrap;&quot;&gt;&lt;font style=&quot;font-size: 24px;&quot;&gt;&lt;b&gt;मुडोकहाँको माहातारियाँ गीडु&lt;/b&gt;&lt;/font&gt;&lt;/span&gt;&lt;/p&gt;&lt;/span&gt;" vertex="1">
+           <mxGeometry height="90" width="339.42" x="255" y="1150" as="geometry" />
+         </mxCell>
+         <mxCell id="fXanKe78MrKRruurNkE3-127" parent="1" style="text;html=1;align=center;verticalAlign=middle;resizable=0;points=[];autosize=1;strokeColor=none;fillColor=none;fontSize=15;fontStyle=1;strokeWidth=2;" value="&lt;div style=&quot;text-align: left&quot;&gt;&lt;br&gt;&lt;/div&gt;" vertex="1">
+           <mxGeometry height="30" width="20" x="453.79000000000025" y="1245" as="geometry" />
+         </mxCell>
+         <mxCell id="HC7JwPmeRxHDK6S5ApcA-6" edge="1" parent="1" source="fXanKe78MrKRruurNkE3-141" style="edgeStyle=orthogonalEdgeStyle;rounded=0;orthogonalLoop=1;jettySize=auto;html=1;" target="fXanKe78MrKRruurNkE3-110" value="">
          <mxGeometry relative="1" as="geometry" />
        </mxCell>
-         <mxCell id="fXanKe78MrKRruurNkE3-118" edge="1" parent="1" source="fXanKe78MrKRruurNkE3-119" style="edgeStyle=orthogonalEdgeStyle;rounded=0;orthogonalLoop=1;jettySize=auto;html=1;exitX=0.5;exitY=1;exitDx=0;exitDy=0;fontStyle=1;strokeWidth=2;" target="fXanKe78MrKRruurNkE3-124">
+         <mxCell id="fXanKe78MrKRruurNkE3-141" parent="1" style="whiteSpace=wrap;html=1;rounded=1;shadow=1;strokeWidth=2;fontSize=18;align=center;fillColor=#f5f5f5;strokeColor=#666666;verticalAlign=bottom;fontStyle=1" value="&lt;p class=&quot;MsoNormal&quot; style=&quot;margin-bottom: 0.0001pt; line-height: normal;&quot;&gt;&lt;span&gt;सादेहाँ&lt;/span&gt;&lt;br&gt;&lt;/p&gt;" vertex="1">
+           <mxGeometry height="36" width="120" x="365.00000000000017" y="1491" as="geometry" />
+         </mxCell>
+         <mxCell id="HC7JwPmeRxHDK6S5ApcA-9" edge="1" parent="1" source="fXanKe78MrKRruurNkE3-147" style="edgeStyle=orthogonalEdgeStyle;rounded=0;orthogonalLoop=1;jettySize=auto;html=1;" target="fXanKe78MrKRruurNkE3-151" value="">
          <mxGeometry relative="1" as="geometry" />
        </mxCell>
-         <mxCell id="fXanKe78MrKRruurNkE3-119" parent="1" style="whiteSpace=wrap;html=1;rounded=1;shadow=1;strokeWidth=2;fontSize=20;align=center;fillColor=#f5f5f5;strokeColor=#666666;verticalAlign=bottom;fontStyle=1" value="&lt;p class=&quot;MsoNormal&quot; style=&quot;margin-bottom: 0.0001pt; line-height: normal; font-size: 20px;&quot;&gt;&lt;span style=&quot;font-size: 20px; line-height: 107%; font-family: calibri, sans-serif;&quot;&gt;हाँसोकहाँ&lt;/span&gt;&lt;br style=&quot;font-size: 20px;&quot;&gt;&lt;/p&gt;" vertex="1">
-           <mxGeometry height="37.5" width="120" x="469.7600000000002" y="1695" as="geometry" />
+         <mxCell id="fXanKe78MrKRruurNkE3-147" parent="1" style="whiteSpace=wrap;html=1;rounded=1;shadow=1;strokeWidth=2;fontSize=18;align=center;fillColor=#f5f5f5;strokeColor=#666666;verticalAlign=bottom;fontStyle=1" value="&lt;p class=&quot;MsoNormal&quot; style=&quot;margin-bottom: 0.0001pt; line-height: normal;&quot;&gt;&lt;span style=&quot;line-height: 107%; font-family: calibri, sans-serif;&quot;&gt;हाँसोकहाँ&lt;/span&gt;&lt;br&gt;&lt;/p&gt;" vertex="1">
+           <mxGeometry height="36" width="120" x="364.7100000000002" y="1830" as="geometry" />
        </mxCell>
-         <mxCell id="fXanKe78MrKRruurNkE3-120" edge="1" parent="1" source="fXanKe78MrKRruurNkE3-121" style="edgeStyle=orthogonalEdgeStyle;rounded=0;orthogonalLoop=1;jettySize=auto;html=1;exitX=0.5;exitY=1;exitDx=0;exitDy=0;entryX=0.5;entryY=0;entryDx=0;entryDy=0;fontStyle=1;strokeWidth=2;" target="fXanKe78MrKRruurNkE3-114">
+         <mxCell id="HC7JwPmeRxHDK6S5ApcA-12" edge="1" parent="1" source="fXanKe78MrKRruurNkE3-151" style="edgeStyle=orthogonalEdgeStyle;rounded=0;orthogonalLoop=1;jettySize=auto;html=1;" target="fXanKe78MrKRruurNkE3-125" value="">
          <mxGeometry relative="1" as="geometry" />
        </mxCell>
-         <mxCell id="fXanKe78MrKRruurNkE3-121" parent="1" style="whiteSpace=wrap;html=1;rounded=1;shadow=1;strokeWidth=2;fontSize=20;align=center;fillColor=#f5f5f5;strokeColor=#666666;verticalAlign=bottom;fontStyle=1" value="&lt;p class=&quot;MsoNormal&quot; style=&quot;margin-bottom: 0.0001pt; line-height: normal; font-size: 20px;&quot;&gt;&lt;span style=&quot;font-size: 20px;&quot;&gt;मुडोकहाँ&lt;/span&gt;&lt;br style=&quot;font-size: 20px;&quot;&gt;&lt;/p&gt;" vertex="1">
-           <mxGeometry height="37.5" width="120" x="466.1300000000001" y="1330" as="geometry" />
+         <mxCell id="fXanKe78MrKRruurNkE3-151" parent="1" style="whiteSpace=wrap;html=1;rounded=1;shadow=1;strokeWidth=2;fontSize=18;align=center;fillColor=#f5f5f5;strokeColor=#666666;verticalAlign=bottom;fontStyle=1" value="&lt;p class=&quot;MsoNormal&quot; style=&quot;margin-bottom: 0.0001pt; line-height: normal;&quot;&gt;&lt;span style=&quot;line-height: 107%; font-family: calibri, sans-serif;&quot;&gt;काजु राई&lt;/span&gt;&lt;br&gt;&lt;/p&gt;" vertex="1">
+           <mxGeometry height="36" width="120" x="364.71000000000004" y="1942.75" as="geometry" />
        </mxCell>
-         <mxCell id="fXanKe78MrKRruurNkE3-122" edge="1" parent="1" source="fXanKe78MrKRruurNkE3-123" style="edgeStyle=orthogonalEdgeStyle;rounded=0;orthogonalLoop=1;jettySize=auto;html=1;exitX=0.5;exitY=1;exitDx=0;exitDy=0;entryX=0.5;entryY=0;entryDx=0;entryDy=0;fontStyle=1;strokeWidth=2;" target="fXanKe78MrKRruurNkE3-125">
-           <mxGeometry relative="1" as="geometry" />
+         <mxCell id="HC7JwPmeRxHDK6S5ApcA-14" parent="1" style="whiteSpace=wrap;html=1;rounded=1;shadow=1;strokeWidth=2;fontSize=18;align=center;fillColor=none;strokeColor=none;verticalAlign=bottom;fontStyle=1;labelBackgroundColor=none;" value="&lt;p class=&quot;MsoNormal&quot; style=&quot;margin-bottom: 0.0001pt; line-height: normal;&quot;&gt;&lt;b style=&quot;font-size: 12px; white-space: nowrap;&quot;&gt;&lt;font style=&quot;font-size: 24px;&quot;&gt;१&lt;/font&gt;&lt;/b&gt;&lt;/p&gt;" vertex="1">
+           <mxGeometry height="37.5" width="44.71" x="320.29" y="1286.5" as="geometry" />
        </mxCell>
-         <mxCell id="fXanKe78MrKRruurNkE3-123" parent="1" style="whiteSpace=wrap;html=1;rounded=1;shadow=1;strokeWidth=2;fontSize=20;align=center;fillColor=#f5f5f5;strokeColor=#666666;verticalAlign=bottom;fontStyle=1" value="&lt;p class=&quot;MsoNormal&quot; style=&quot;margin-bottom: 0.0001pt; line-height: normal; font-size: 20px;&quot;&gt;&lt;span style=&quot;font-size: 20px; line-height: 107%; font-family: calibri, sans-serif;&quot;&gt;काजु राई&lt;/span&gt;&lt;br style=&quot;font-size: 20px;&quot;&gt;&lt;/p&gt;" vertex="1">
-           <mxGeometry height="40" width="120" x="227.68000000000006" y="1772.5" as="geometry" />
+         <mxCell id="HC7JwPmeRxHDK6S5ApcA-15" parent="1" style="whiteSpace=wrap;html=1;rounded=1;shadow=1;strokeWidth=2;fontSize=18;align=center;fillColor=none;strokeColor=none;verticalAlign=bottom;fontStyle=1;labelBackgroundColor=none;" value="&lt;p class=&quot;MsoNormal&quot; style=&quot;margin-bottom: 0.0001pt; line-height: normal;&quot;&gt;&lt;b style=&quot;font-size: 24px; white-space: nowrap;&quot;&gt;२&lt;/b&gt;&lt;/p&gt;" vertex="1">
+           <mxGeometry height="37.5" width="44.71" x="320.29" y="1387.25" as="geometry" />
        </mxCell>
-         <mxCell id="fXanKe78MrKRruurNkE3-124" parent="1" style="whiteSpace=wrap;html=1;rounded=1;shadow=1;strokeWidth=2;fontSize=20;align=center;fillColor=#f5f5f5;strokeColor=#666666;verticalAlign=bottom;fontStyle=1" value="&lt;p class=&quot;MsoNormal&quot; style=&quot;margin-bottom: 0.0001pt; line-height: normal; font-size: 20px;&quot;&gt;&lt;br style=&quot;font-size: 20px;&quot;&gt;&lt;/p&gt;&lt;span style=&quot;font-size: 15px; text-align: left;&quot;&gt;पुतुहाँ &lt;/span&gt;&lt;span style=&quot;font-family: calibri, sans-serif; font-size: 20px;&quot;&gt;-&amp;nbsp;&lt;/span&gt;&lt;font face=&quot;calibri, sans-serif&quot; style=&quot;font-size: 20px;&quot;&gt;&lt;span style=&quot;font-size: 20px;&quot;&gt;&lt;span style=&quot;font-size: 20px;&quot;&gt;वंअ&lt;/span&gt;&lt;/span&gt;&lt;/font&gt;" vertex="1">
-           <mxGeometry height="40" width="173.11" x="652.5700000000002" y="1772.5" as="geometry" />
+         <mxCell id="HC7JwPmeRxHDK6S5ApcA-16" parent="1" style="whiteSpace=wrap;html=1;rounded=1;shadow=1;strokeWidth=2;fontSize=18;align=center;fillColor=none;strokeColor=none;verticalAlign=bottom;fontStyle=1;labelBackgroundColor=none;" value="&lt;p class=&quot;MsoNormal&quot; style=&quot;margin-bottom: 0.0001pt; line-height: normal;&quot;&gt;&lt;b style=&quot;font-size: 24px; white-space: nowrap;&quot;&gt;३&lt;/b&gt;&lt;/p&gt;" vertex="1">
+           <mxGeometry height="37.5" width="44.71" x="320" y="1490.25" as="geometry" />
        </mxCell>
-         <mxCell id="fXanKe78MrKRruurNkE3-125" parent="1" style="whiteSpace=wrap;html=1;rounded=1;shadow=1;strokeWidth=2;fontSize=20;align=center;fillColor=#f5f5f5;strokeColor=#666666;verticalAlign=bottom;fontStyle=1" value="&lt;p class=&quot;MsoNormal&quot; style=&quot;margin-bottom: 0.0001pt; line-height: normal; font-size: 20px;&quot;&gt;&lt;span style=&quot;font-size: 20px; line-height: 107%; font-family: calibri, sans-serif;&quot;&gt;भिम राई&lt;/span&gt;&lt;br style=&quot;font-size: 20px;&quot;&gt;&lt;/p&gt;" vertex="1">
-           <mxGeometry height="40" width="120" x="226.29999999999995" y="1845" as="geometry" />
+         <mxCell id="HC7JwPmeRxHDK6S5ApcA-17" parent="1" style="whiteSpace=wrap;html=1;rounded=1;shadow=1;strokeWidth=2;fontSize=18;align=center;fillColor=none;strokeColor=none;verticalAlign=bottom;fontStyle=1;labelBackgroundColor=none;" value="&lt;p class=&quot;MsoNormal&quot; style=&quot;margin-bottom: 0.0001pt; line-height: normal;&quot;&gt;&lt;b style=&quot;font-size: 24px; white-space: nowrap;&quot;&gt;४&lt;/b&gt;&lt;/p&gt;" vertex="1">
+           <mxGeometry height="37.5" width="44.71" x="320" y="1599" as="geometry" />
        </mxCell>
-         <mxCell id="fXanKe78MrKRruurNkE3-126" parent="1" style="ellipse;whiteSpace=wrap;html=1;fontSize=15;fontStyle=0;strokeWidth=2;" value="&lt;span style=&quot;&quot; id=&quot;docs-internal-guid-03e46b9b-7fff-9114-8b67-d3af49b749a7&quot;&gt;&lt;p dir=&quot;ltr&quot; style=&quot;line-height: 1.38; background-color: rgb(255, 255, 255); margin-top: 0pt; margin-bottom: 0pt;&quot;&gt;&lt;span style=&quot;font-family: Arial, sans-serif; color: rgb(34, 34, 34); background-color: transparent; font-variant: normal; vertical-align: baseline; white-space: pre-wrap;&quot;&gt;&lt;font style=&quot;font-size: 24px;&quot;&gt;&lt;b&gt;मुडोकहाँको माहातारियाँ गीडु&lt;/b&gt;&lt;/font&gt;&lt;/span&gt;&lt;/p&gt;&lt;/span&gt;" vertex="1">
-           <mxGeometry height="120" width="406.21" x="316.54999999999995" y="1160" as="geometry" />
+         <mxCell id="HC7JwPmeRxHDK6S5ApcA-18" parent="1" style="whiteSpace=wrap;html=1;rounded=1;shadow=1;strokeWidth=2;fontSize=18;align=center;fillColor=none;strokeColor=none;verticalAlign=bottom;fontStyle=1;labelBackgroundColor=none;" value="&lt;p class=&quot;MsoNormal&quot; style=&quot;margin-bottom: 0.0001pt; line-height: normal;&quot;&gt;&lt;b style=&quot;font-size: 24px; white-space: nowrap;&quot;&gt;५&lt;/b&gt;&lt;/p&gt;" vertex="1">
+           <mxGeometry height="37.5" width="44.71" x="320" y="1711" as="geometry" />
        </mxCell>
-         <mxCell id="fXanKe78MrKRruurNkE3-127" parent="1" style="text;html=1;align=center;verticalAlign=middle;resizable=0;points=[];autosize=1;strokeColor=none;fillColor=none;fontSize=15;fontStyle=1;strokeWidth=2;" value="&lt;div style=&quot;text-align: left&quot;&gt;&lt;br&gt;&lt;/div&gt;" vertex="1">
-           <mxGeometry height="30" width="20" x="519.7600000000002" y="1265" as="geometry" />
+         <mxCell id="HC7JwPmeRxHDK6S5ApcA-20" parent="1" style="whiteSpace=wrap;html=1;rounded=1;shadow=1;strokeWidth=2;fontSize=18;align=center;fillColor=none;strokeColor=none;verticalAlign=bottom;fontStyle=1;labelBackgroundColor=none;" value="&lt;p class=&quot;MsoNormal&quot; style=&quot;margin-bottom: 0.0001pt; line-height: normal;&quot;&gt;&lt;b style=&quot;font-size: 24px; white-space: nowrap;&quot;&gt;६&lt;/b&gt;&lt;/p&gt;" vertex="1">
+           <mxGeometry height="37.5" width="44.71" x="320.29" y="1830" as="geometry" />
        </mxCell>
-         <mxCell id="fXanKe78MrKRruurNkE3-128" parent="1" style="text;html=1;align=center;verticalAlign=middle;resizable=0;points=[];autosize=1;strokeColor=none;fillColor=none;strokeWidth=2;" value="&lt;b&gt;&lt;font style=&quot;font-size: 24px;&quot;&gt;१&lt;/font&gt;&lt;/b&gt;" vertex="1">
-           <mxGeometry height="40" width="40" x="420.25" y="1328.75" as="geometry" />
+         <mxCell id="HC7JwPmeRxHDK6S5ApcA-21" parent="1" style="whiteSpace=wrap;html=1;rounded=1;shadow=1;strokeWidth=2;fontSize=18;align=center;fillColor=none;strokeColor=none;verticalAlign=bottom;fontStyle=1;labelBackgroundColor=none;" value="&lt;p class=&quot;MsoNormal&quot; style=&quot;margin-bottom: 0.0001pt; line-height: normal;&quot;&gt;&lt;b style=&quot;font-size: 24px; white-space: nowrap;&quot;&gt;७&lt;/b&gt;&lt;/p&gt;" vertex="1">
+           <mxGeometry height="37.5" width="44.71" x="320.29" y="1942" as="geometry" />
        </mxCell>
-         <mxCell id="fXanKe78MrKRruurNkE3-129" parent="1" style="text;html=1;align=center;verticalAlign=middle;resizable=0;points=[];autosize=1;strokeColor=none;fillColor=none;strokeWidth=2;" value="&lt;span style=&quot;font-size: 24px;&quot;&gt;&lt;b&gt;२&lt;/b&gt;&lt;/span&gt;" vertex="1">
-           <mxGeometry height="40" width="40" x="421.53999999999996" y="1387.5" as="geometry" />
-         </mxCell>
-         <mxCell id="fXanKe78MrKRruurNkE3-130" parent="1" style="text;html=1;align=center;verticalAlign=middle;resizable=0;points=[];autosize=1;strokeColor=none;fillColor=none;strokeWidth=2;" value="&lt;span style=&quot;font-size: 24px;&quot;&gt;&lt;b&gt;३&lt;/b&gt;&lt;/span&gt;" vertex="1">
-           <mxGeometry height="40" width="40" x="418.3899999999999" y="1442.5" as="geometry" />
-         </mxCell>
-         <mxCell id="fXanKe78MrKRruurNkE3-131" parent="1" style="text;html=1;align=center;verticalAlign=middle;resizable=0;points=[];autosize=1;strokeColor=none;fillColor=none;strokeWidth=2;" value="&lt;span style=&quot;font-size: 24px;&quot;&gt;&lt;b&gt;४&lt;/b&gt;&lt;/span&gt;" vertex="1">
-           <mxGeometry height="40" width="40" x="418.3899999999999" y="1502.75" as="geometry" />
-         </mxCell>
-         <mxCell id="fXanKe78MrKRruurNkE3-132" parent="1" style="text;html=1;align=center;verticalAlign=middle;resizable=0;points=[];autosize=1;strokeColor=none;fillColor=none;strokeWidth=2;" value="&lt;span style=&quot;font-size: 24px;&quot;&gt;&lt;b&gt;५&lt;/b&gt;&lt;/span&gt;" vertex="1">
-           <mxGeometry height="40" width="40" x="420.25" y="1563.5" as="geometry" />
-         </mxCell>
-         <mxCell id="fXanKe78MrKRruurNkE3-133" parent="1" style="text;html=1;align=center;verticalAlign=middle;resizable=0;points=[];autosize=1;strokeColor=none;fillColor=none;strokeWidth=2;" value="&lt;span style=&quot;font-size: 24px;&quot;&gt;&lt;b&gt;६&lt;/b&gt;&lt;/span&gt;" vertex="1">
-           <mxGeometry height="40" width="40" x="421.53999999999996" y="1625.75" as="geometry" />
-         </mxCell>
-         <mxCell id="fXanKe78MrKRruurNkE3-134" edge="1" parent="1" source="fXanKe78MrKRruurNkE3-135" style="edgeStyle=orthogonalEdgeStyle;rounded=0;orthogonalLoop=1;jettySize=auto;html=1;exitX=0.5;exitY=1;exitDx=0;exitDy=0;entryX=0.5;entryY=0;entryDx=0;entryDy=0;fontSize=24;strokeWidth=2;" target="fXanKe78MrKRruurNkE3-119">
-           <mxGeometry relative="1" as="geometry" />
-         </mxCell>
-         <mxCell id="fXanKe78MrKRruurNkE3-135" parent="1" style="whiteSpace=wrap;html=1;rounded=1;shadow=1;strokeWidth=2;fontSize=20;align=center;fillColor=#f5f5f5;strokeColor=#666666;verticalAlign=bottom;fontStyle=1" value="&lt;p class=&quot;MsoNormal&quot; style=&quot;margin-bottom: 0.0001pt; line-height: normal; font-size: 20px;&quot;&gt;&lt;span style=&quot;text-align: left;&quot;&gt;सामिकहाँ&amp;nbsp;&lt;/span&gt;&lt;br style=&quot;font-size: 20px;&quot;&gt;&lt;/p&gt;" vertex="1">
-           <mxGeometry height="38.5" width="120" x="469.76" y="1627.25" as="geometry" />
-         </mxCell>
-         <mxCell id="fXanKe78MrKRruurNkE3-136" parent="1" style="text;html=1;align=center;verticalAlign=middle;resizable=0;points=[];autosize=1;strokeColor=none;fillColor=none;strokeWidth=2;" value="&lt;span style=&quot;font-size: 24px;&quot;&gt;&lt;b&gt;७&lt;/b&gt;&lt;/span&gt;" vertex="1">
-           <mxGeometry height="40" width="40" x="418.3899999999999" y="1695" as="geometry" />
-         </mxCell>
-         <mxCell id="fXanKe78MrKRruurNkE3-137" parent="1" style="text;html=1;align=center;verticalAlign=middle;resizable=0;points=[];autosize=1;strokeColor=none;fillColor=none;strokeWidth=2;" value="&lt;span style=&quot;font-size: 24px;&quot;&gt;&lt;b&gt;८&lt;/b&gt;&lt;/span&gt;" vertex="1">
-           <mxGeometry height="40" width="40" x="176.26" y="1772.5" as="geometry" />
-         </mxCell>
-         <mxCell id="fXanKe78MrKRruurNkE3-138" edge="1" parent="1" source="fXanKe78MrKRruurNkE3-139" style="edgeStyle=orthogonalEdgeStyle;rounded=0;orthogonalLoop=1;jettySize=auto;html=1;exitX=0.5;exitY=1;exitDx=0;exitDy=0;entryX=0.5;entryY=0;entryDx=0;entryDy=0;fontStyle=1;strokeWidth=2;" target="fXanKe78MrKRruurNkE3-145">
-           <mxGeometry relative="1" as="geometry" />
-         </mxCell>
-         <mxCell id="fXanKe78MrKRruurNkE3-139" parent="1" style="whiteSpace=wrap;html=1;rounded=1;shadow=1;strokeWidth=2;fontSize=20;align=center;fillColor=#f5f5f5;strokeColor=#666666;verticalAlign=bottom;fontStyle=1" value="&lt;p class=&quot;MsoNormal&quot; style=&quot;margin-bottom: 0.0001pt; line-height: normal; font-size: 20px;&quot;&gt;&lt;span style=&quot;font-size: 20px; line-height: 107%; font-family: calibri, sans-serif;&quot;&gt;बोंबोकहाँ&lt;/span&gt;&lt;br style=&quot;font-size: 20px;&quot;&gt;&lt;/p&gt;" vertex="1">
-           <mxGeometry height="35.5" width="120" x="469.7600000000002" y="1505" as="geometry" />
-         </mxCell>
-         <mxCell id="fXanKe78MrKRruurNkE3-140" edge="1" parent="1" source="fXanKe78MrKRruurNkE3-141" style="edgeStyle=orthogonalEdgeStyle;rounded=0;orthogonalLoop=1;jettySize=auto;html=1;exitX=0.5;exitY=1;exitDx=0;exitDy=0;entryX=0.5;entryY=0;entryDx=0;entryDy=0;fontStyle=1;strokeWidth=2;" target="fXanKe78MrKRruurNkE3-139">
-           <mxGeometry relative="1" as="geometry" />
-         </mxCell>
-         <mxCell id="fXanKe78MrKRruurNkE3-141" parent="1" style="whiteSpace=wrap;html=1;rounded=1;shadow=1;strokeWidth=2;fontSize=20;align=center;fillColor=#f5f5f5;strokeColor=#666666;verticalAlign=bottom;fontStyle=1" value="&lt;p class=&quot;MsoNormal&quot; style=&quot;margin-bottom: 0.0001pt; line-height: normal; font-size: 20px;&quot;&gt;&lt;span style=&quot;font-size: 20px;&quot;&gt;सादेहाँ&lt;/span&gt;&lt;br style=&quot;font-size: 20px;&quot;&gt;&lt;/p&gt;" vertex="1">
-           <mxGeometry height="37.5" width="120" x="468.57000000000016" y="1445" as="geometry" />
-         </mxCell>
-         <mxCell id="fXanKe78MrKRruurNkE3-142" edge="1" parent="1" source="fXanKe78MrKRruurNkE3-143" style="edgeStyle=orthogonalEdgeStyle;rounded=0;orthogonalLoop=1;jettySize=auto;html=1;exitX=0.5;exitY=1;exitDx=0;exitDy=0;entryX=0.5;entryY=0;entryDx=0;entryDy=0;fontStyle=1;strokeWidth=2;" target="fXanKe78MrKRruurNkE3-141">
-           <mxGeometry relative="1" as="geometry" />
-         </mxCell>
-         <mxCell id="fXanKe78MrKRruurNkE3-143" parent="1" style="whiteSpace=wrap;html=1;rounded=1;shadow=1;strokeWidth=2;fontSize=20;align=center;fillColor=#f5f5f5;strokeColor=#666666;verticalAlign=bottom;fontStyle=1" value="&lt;p class=&quot;MsoNormal&quot; style=&quot;margin-bottom: 0.0001pt; line-height: normal; font-size: 20px;&quot;&gt;&lt;span style=&quot;font-size: 20px; line-height: 107%; font-family: calibri, sans-serif;&quot;&gt;युलुंहाँ&lt;/span&gt;&lt;br style=&quot;font-size: 20px;&quot;&gt;&lt;/p&gt;" vertex="1">
-           <mxGeometry height="37.5" width="120" x="467.55999999999995" y="1387.5" as="geometry" />
-         </mxCell>
-         <mxCell id="fXanKe78MrKRruurNkE3-144" edge="1" parent="1" source="fXanKe78MrKRruurNkE3-145" style="edgeStyle=orthogonalEdgeStyle;rounded=0;orthogonalLoop=1;jettySize=auto;html=1;exitX=0.5;exitY=1;exitDx=0;exitDy=0;entryX=0.5;entryY=0;entryDx=0;entryDy=0;fontSize=24;strokeWidth=2;" target="fXanKe78MrKRruurNkE3-160">
-           <mxGeometry relative="1" as="geometry" />
-         </mxCell>
-         <mxCell id="fXanKe78MrKRruurNkE3-145" parent="1" style="whiteSpace=wrap;html=1;rounded=1;shadow=1;strokeWidth=2;fontSize=20;align=center;fillColor=#f5f5f5;strokeColor=#666666;verticalAlign=bottom;fontStyle=1" value="&lt;p class=&quot;MsoNormal&quot; style=&quot;margin-bottom: 0.0001pt; line-height: normal; font-size: 20px;&quot;&gt;&lt;span style=&quot;font-size: 20px;&quot;&gt;युसेहाँ&lt;/span&gt;&lt;br style=&quot;font-size: 20px;&quot;&gt;&lt;/p&gt;" vertex="1">
-           <mxGeometry height="38.5" width="120" x="469.76" y="1565" as="geometry" />
-         </mxCell>
-         <mxCell id="fXanKe78MrKRruurNkE3-146" edge="1" parent="1" source="fXanKe78MrKRruurNkE3-147" style="edgeStyle=orthogonalEdgeStyle;rounded=0;orthogonalLoop=1;jettySize=auto;html=1;exitX=0.5;exitY=1;exitDx=0;exitDy=0;fontStyle=1;strokeWidth=2;" target="fXanKe78MrKRruurNkE3-151">
-           <mxGeometry relative="1" as="geometry" />
-         </mxCell>
-         <mxCell id="fXanKe78MrKRruurNkE3-147" parent="1" style="whiteSpace=wrap;html=1;rounded=1;shadow=1;strokeWidth=2;fontSize=20;align=center;fillColor=#f5f5f5;strokeColor=#666666;verticalAlign=bottom;fontStyle=1" value="&lt;p class=&quot;MsoNormal&quot; style=&quot;margin-bottom: 0.0001pt; line-height: normal; font-size: 20px;&quot;&gt;&lt;span style=&quot;font-size: 20px; line-height: 107%; font-family: calibri, sans-serif;&quot;&gt;हाँसोकहाँ&lt;/span&gt;&lt;br style=&quot;font-size: 20px;&quot;&gt;&lt;/p&gt;" vertex="1">
-           <mxGeometry height="37.5" width="120" x="469.7600000000002" y="1695" as="geometry" />
-         </mxCell>
-         <mxCell id="fXanKe78MrKRruurNkE3-148" edge="1" parent="1" source="fXanKe78MrKRruurNkE3-149" style="edgeStyle=orthogonalEdgeStyle;rounded=0;orthogonalLoop=1;jettySize=auto;html=1;exitX=0.5;exitY=1;exitDx=0;exitDy=0;entryX=0.5;entryY=0;entryDx=0;entryDy=0;fontStyle=1;strokeWidth=2;" target="fXanKe78MrKRruurNkE3-143">
-           <mxGeometry relative="1" as="geometry" />
-         </mxCell>
-         <mxCell id="fXanKe78MrKRruurNkE3-149" parent="1" style="whiteSpace=wrap;html=1;rounded=1;shadow=1;strokeWidth=2;fontSize=20;align=center;fillColor=#f5f5f5;strokeColor=#666666;verticalAlign=bottom;fontStyle=1" value="&lt;p class=&quot;MsoNormal&quot; style=&quot;margin-bottom: 0.0001pt; line-height: normal; font-size: 20px;&quot;&gt;&lt;span style=&quot;font-size: 20px;&quot;&gt;मुडोकहाँ&lt;/span&gt;&lt;br style=&quot;font-size: 20px;&quot;&gt;&lt;/p&gt;" vertex="1">
-           <mxGeometry height="37.5" width="120" x="466.1300000000001" y="1330" as="geometry" />
-         </mxCell>
-         <mxCell id="fXanKe78MrKRruurNkE3-150" edge="1" parent="1" source="fXanKe78MrKRruurNkE3-151" style="edgeStyle=orthogonalEdgeStyle;rounded=0;orthogonalLoop=1;jettySize=auto;html=1;exitX=0.5;exitY=1;exitDx=0;exitDy=0;entryX=0.5;entryY=0;entryDx=0;entryDy=0;fontStyle=1;strokeWidth=2;" target="fXanKe78MrKRruurNkE3-152">
-           <mxGeometry relative="1" as="geometry" />
-         </mxCell>
-         <mxCell id="fXanKe78MrKRruurNkE3-151" parent="1" style="whiteSpace=wrap;html=1;rounded=1;shadow=1;strokeWidth=2;fontSize=20;align=center;fillColor=#f5f5f5;strokeColor=#666666;verticalAlign=bottom;fontStyle=1" value="&lt;p class=&quot;MsoNormal&quot; style=&quot;margin-bottom: 0.0001pt; line-height: normal; font-size: 20px;&quot;&gt;&lt;span style=&quot;font-size: 20px; line-height: 107%; font-family: calibri, sans-serif;&quot;&gt;काजु राई&lt;/span&gt;&lt;br style=&quot;font-size: 20px;&quot;&gt;&lt;/p&gt;" vertex="1">
-           <mxGeometry height="40" width="120" x="227.68000000000006" y="1772.5" as="geometry" />
-         </mxCell>
-         <mxCell id="fXanKe78MrKRruurNkE3-152" parent="1" style="whiteSpace=wrap;html=1;rounded=1;shadow=1;strokeWidth=2;fontSize=20;align=center;fillColor=#f5f5f5;strokeColor=#666666;verticalAlign=bottom;fontStyle=1" value="&lt;p class=&quot;MsoNormal&quot; style=&quot;margin-bottom: 0.0001pt; line-height: normal; font-size: 20px;&quot;&gt;&lt;span style=&quot;font-size: 20px; line-height: 107%; font-family: calibri, sans-serif;&quot;&gt;भिम राई&lt;/span&gt;&lt;br style=&quot;font-size: 20px;&quot;&gt;&lt;/p&gt;" vertex="1">
-           <mxGeometry height="40" width="120" x="226.29999999999995" y="1845" as="geometry" />
-         </mxCell>
-         <mxCell id="fXanKe78MrKRruurNkE3-153" parent="1" style="text;html=1;align=center;verticalAlign=middle;resizable=0;points=[];autosize=1;strokeColor=none;fillColor=none;strokeWidth=2;" value="&lt;b&gt;&lt;font style=&quot;font-size: 24px;&quot;&gt;१&lt;/font&gt;&lt;/b&gt;" vertex="1">
-           <mxGeometry height="40" width="40" x="420.25" y="1328.75" as="geometry" />
-         </mxCell>
-         <mxCell id="fXanKe78MrKRruurNkE3-154" parent="1" style="text;html=1;align=center;verticalAlign=middle;resizable=0;points=[];autosize=1;strokeColor=none;fillColor=none;strokeWidth=2;" value="&lt;span style=&quot;font-size: 24px;&quot;&gt;&lt;b&gt;२&lt;/b&gt;&lt;/span&gt;" vertex="1">
-           <mxGeometry height="40" width="40" x="421.53999999999996" y="1387.5" as="geometry" />
-         </mxCell>
-         <mxCell id="fXanKe78MrKRruurNkE3-155" parent="1" style="text;html=1;align=center;verticalAlign=middle;resizable=0;points=[];autosize=1;strokeColor=none;fillColor=none;strokeWidth=2;" value="&lt;span style=&quot;font-size: 24px;&quot;&gt;&lt;b&gt;३&lt;/b&gt;&lt;/span&gt;" vertex="1">
-           <mxGeometry height="40" width="40" x="418.3899999999999" y="1442.5" as="geometry" />
-         </mxCell>
-         <mxCell id="fXanKe78MrKRruurNkE3-156" parent="1" style="text;html=1;align=center;verticalAlign=middle;resizable=0;points=[];autosize=1;strokeColor=none;fillColor=none;strokeWidth=2;" value="&lt;span style=&quot;font-size: 24px;&quot;&gt;&lt;b&gt;४&lt;/b&gt;&lt;/span&gt;" vertex="1">
-           <mxGeometry height="40" width="40" x="418.3899999999999" y="1502.75" as="geometry" />
-         </mxCell>
-         <mxCell id="fXanKe78MrKRruurNkE3-157" parent="1" style="text;html=1;align=center;verticalAlign=middle;resizable=0;points=[];autosize=1;strokeColor=none;fillColor=none;strokeWidth=2;" value="&lt;span style=&quot;font-size: 24px;&quot;&gt;&lt;b&gt;५&lt;/b&gt;&lt;/span&gt;" vertex="1">
-           <mxGeometry height="40" width="40" x="420.25" y="1563.5" as="geometry" />
-         </mxCell>
-         <mxCell id="fXanKe78MrKRruurNkE3-158" parent="1" style="text;html=1;align=center;verticalAlign=middle;resizable=0;points=[];autosize=1;strokeColor=none;fillColor=none;strokeWidth=2;" value="&lt;span style=&quot;font-size: 24px;&quot;&gt;&lt;b&gt;६&lt;/b&gt;&lt;/span&gt;" vertex="1">
-           <mxGeometry height="40" width="40" x="421.53999999999996" y="1625.75" as="geometry" />
-         </mxCell>
-         <mxCell id="fXanKe78MrKRruurNkE3-159" edge="1" parent="1" source="fXanKe78MrKRruurNkE3-160" style="edgeStyle=orthogonalEdgeStyle;rounded=0;orthogonalLoop=1;jettySize=auto;html=1;exitX=0.5;exitY=1;exitDx=0;exitDy=0;entryX=0.5;entryY=0;entryDx=0;entryDy=0;fontSize=24;strokeWidth=2;" target="fXanKe78MrKRruurNkE3-147">
-           <mxGeometry relative="1" as="geometry" />
-         </mxCell>
-         <mxCell id="fXanKe78MrKRruurNkE3-160" parent="1" style="whiteSpace=wrap;html=1;rounded=1;shadow=1;strokeWidth=2;fontSize=20;align=center;fillColor=#f5f5f5;strokeColor=#666666;verticalAlign=bottom;fontStyle=1" value="&lt;p class=&quot;MsoNormal&quot; style=&quot;margin-bottom: 0.0001pt; line-height: normal; font-size: 20px;&quot;&gt;&lt;span style=&quot;text-align: left;&quot;&gt;सामिकहाँ&lt;/span&gt;&lt;br style=&quot;font-size: 20px;&quot;&gt;&lt;/p&gt;" vertex="1">
-           <mxGeometry height="38.5" width="120" x="469.76" y="1627.25" as="geometry" />
-         </mxCell>
-         <mxCell id="fXanKe78MrKRruurNkE3-161" parent="1" style="text;html=1;align=center;verticalAlign=middle;resizable=0;points=[];autosize=1;strokeColor=none;fillColor=none;strokeWidth=2;" value="&lt;span style=&quot;font-size: 24px;&quot;&gt;&lt;b&gt;७&lt;/b&gt;&lt;/span&gt;" vertex="1">
-           <mxGeometry height="40" width="40" x="418.3899999999999" y="1695" as="geometry" />
-         </mxCell>
-         <mxCell id="fXanKe78MrKRruurNkE3-162" parent="1" style="text;html=1;align=center;verticalAlign=middle;resizable=0;points=[];autosize=1;strokeColor=none;fillColor=none;strokeWidth=2;" value="&lt;span style=&quot;font-size: 24px;&quot;&gt;&lt;b&gt;८&lt;/b&gt;&lt;/span&gt;" vertex="1">
-           <mxGeometry height="40" width="40" x="176.26" y="1772.5" as="geometry" />
+         <mxCell id="HC7JwPmeRxHDK6S5ApcA-23" parent="1" style="whiteSpace=wrap;html=1;rounded=1;shadow=1;strokeWidth=2;fontSize=18;align=center;fillColor=none;strokeColor=none;verticalAlign=bottom;fontStyle=1;labelBackgroundColor=none;" value="&lt;p class=&quot;MsoNormal&quot; style=&quot;margin-bottom: 0.0001pt; line-height: normal;&quot;&gt;&lt;b style=&quot;font-size: 24px; white-space: nowrap;&quot;&gt;८&lt;/b&gt;&lt;/p&gt;" vertex="1">
+           <mxGeometry height="37.5" width="44.71" x="320.29" y="2061.25" as="geometry" />
        </mxCell>
      </root>
    </mxGraphModel>
  </diagram>
</mxfile>
